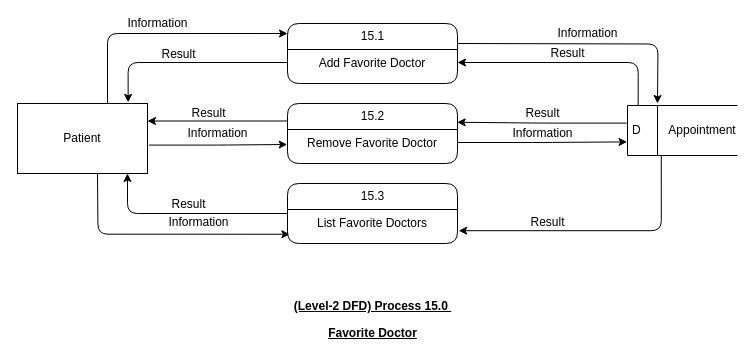
Earlier version of the draw.io diagram page "15.0" (3 of 3) of resources/dfd/Patient/DFD-Patient.drawio (vanluong94/aptech-doccure). Source tidied: cells renumbered, new cells numbered last; positions are measured from the earlier drawing's top-left corner, leaving out a move shared by most shapes. Both pictures are drawn from the tidied source at 100%, with x=0, y=0 at pixel (17, 23).
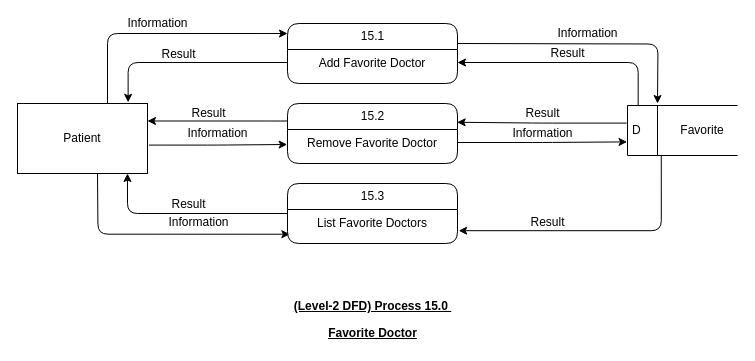
The same diagram, later.

Commit message (it also covers changes not shown here):
[fix] patient DFD wrong name

The edit, as a diff of the source:
```diff
@@
-    <mxCell id="23" value="Appointment" style="text;html=1;strokeColor=none;fillColor=none;align=center;verticalAlign=middle;whiteSpace=wrap;fontFamily=Helvetica;fontColor=#000000;fontSize=12;rounded=1;" parent="1" vertex="1">
+    <mxCell id="23" value="Favorite" style="text;html=1;strokeColor=none;fillColor=none;align=center;verticalAlign=middle;whiteSpace=wrap;fontFamily=Helvetica;fontColor=#000000;fontSize=12;rounded=1;" parent="1" vertex="1">
       <mxGeometry x="660" y="97" width="50" height="20" as="geometry" />
     </mxCell>
```
